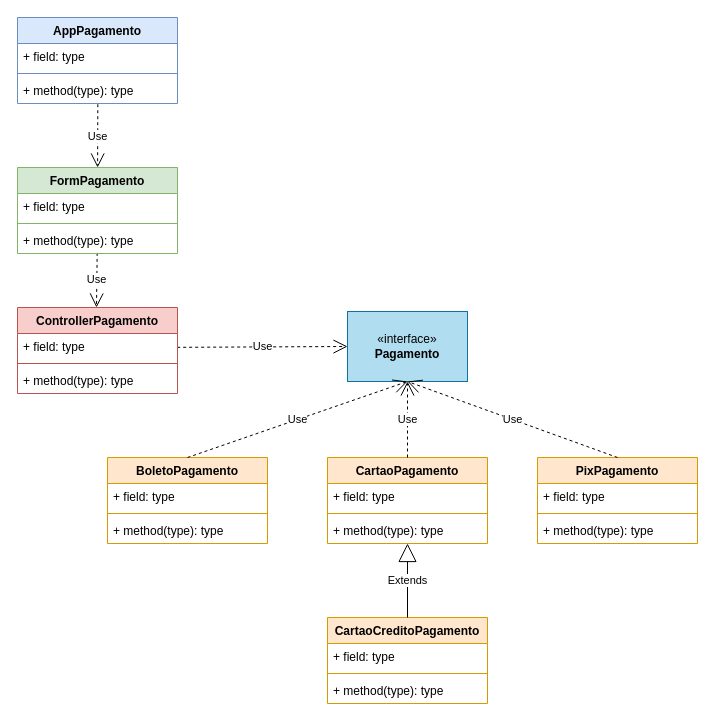
Before: src/main/java/tecdes/pagamento/model/DiagramaPagamento.drawio in caiqueoliveira-ds/solid-pagamento-swing, a draw.io diagram. Source tidied: cells renumbered, new cells numbered last; positions are measured from the earlier drawing's top-left corner, leaving out a move shared by most shapes. Both pictures are drawn from the tidied source at 100%, with x=0, y=0 at pixel (17, 17).
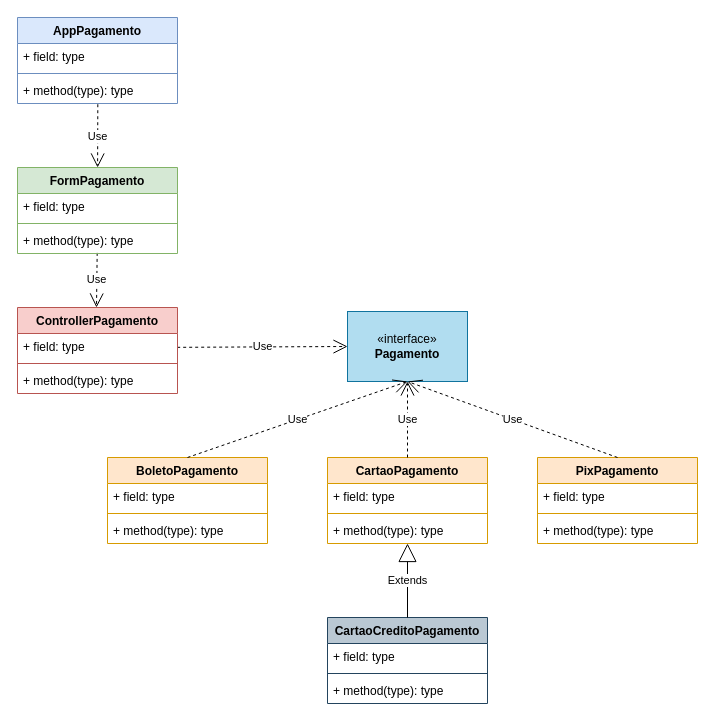
After the change.

Commit message (it also covers changes not shown here):
Ajuste de cor do diagrama

Change to the diagram source:
```diff
@@
-    <mxCell id="33" value="&lt;span style=&quot;color: rgb(0, 0, 0);&quot;&gt;CartaoCreditoPagamento&lt;/span&gt;" style="swimlane;fontStyle=1;align=center;verticalAlign=top;horizontal=1;startSize=26;whiteSpace=wrap;html=1;fillColor=#ffe6cc;strokeColor=#d79b00;" parent="1" vertex="1">
+    <mxCell id="33" value="&lt;span style=&quot;color: rgb(0, 0, 0);&quot;&gt;CartaoCreditoPagamento&lt;/span&gt;" style="swimlane;fontStyle=1;align=center;verticalAlign=top;horizontal=1;startSize=26;whiteSpace=wrap;html=1;fillColor=#bac8d3;strokeColor=#23445d;" parent="1" vertex="1">
       <mxGeometry x="310" y="600" width="160" height="86" as="geometry" />
     </mxCell>
```
